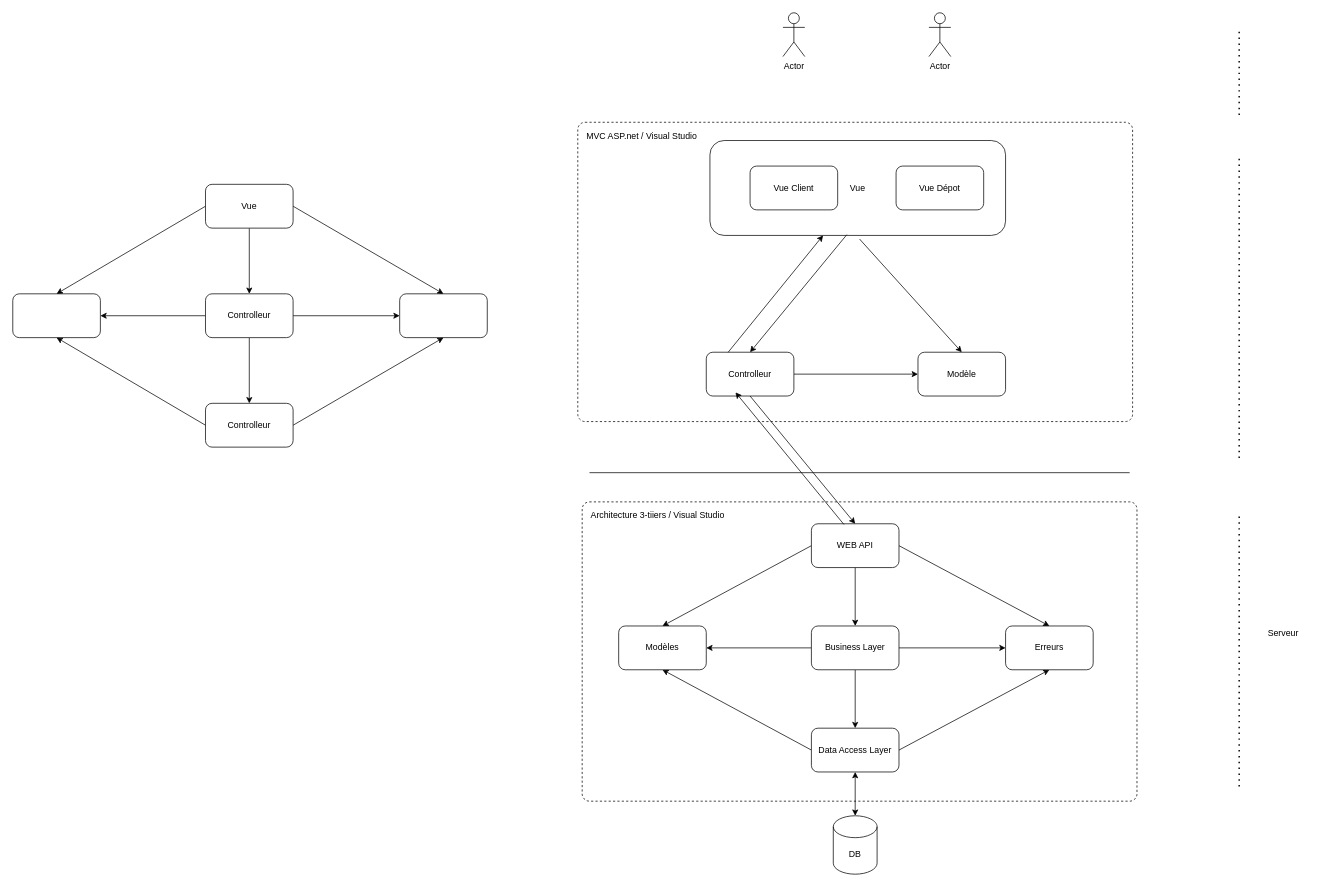
The draw.io diagram Projet_Architecture.drawio in Djounna/Projet_developpement_RentACar, before the edit. Source tidied: cells renumbered, new cells numbered last; positions are measured from the earlier drawing's top-left corner, leaving out a move shared by most shapes. Both pictures are drawn from the tidied source at 73%, with x=0, y=0 at pixel (12, 12).
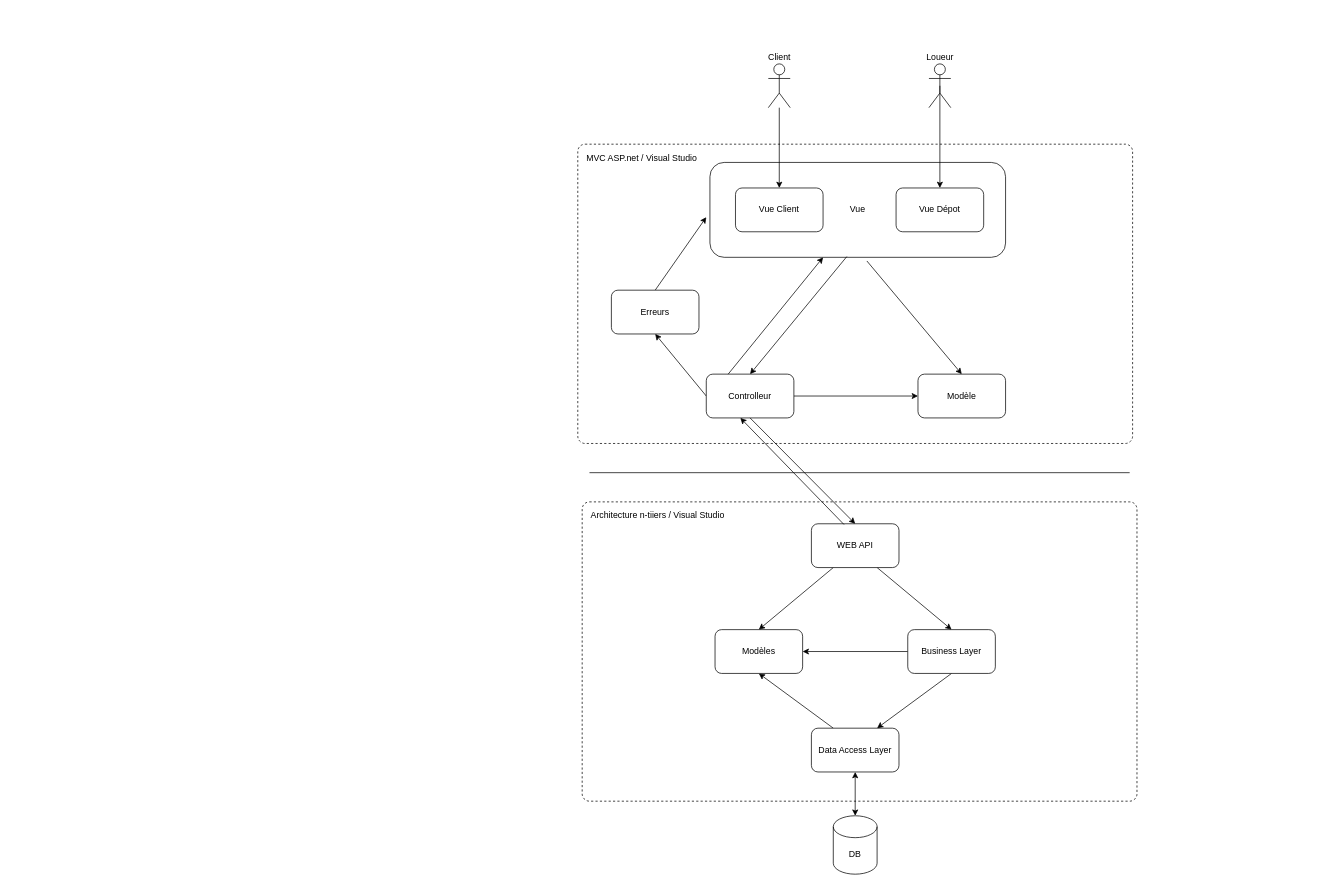
After the change.

The change refers to these unchanged cells:
```xml
<mxCell id="9" value="Data Access Layer" style="rounded=1;whiteSpace=wrap;html=1;" parent="1" vertex="1">
  <mxGeometry x="1094" y="980" width="120" height="60" as="geometry" />
</mxCell>
<mxCell id="19" value="WEB API" style="rounded=1;whiteSpace=wrap;html=1;" parent="1" vertex="1">
  <mxGeometry x="1094" y="700" width="120" height="60" as="geometry" />
</mxCell>
```

What changed in the source:
```diff
@@
     <mxCell id="2" value="Vue" style="rounded=1;whiteSpace=wrap;html=1;gradientColor=#ffffff;fillColor=none;" parent="1" vertex="1">
-      <mxGeometry x="955" y="175" width="405" height="130" as="geometry" />
+      <mxGeometry x="955" y="205" width="405" height="130" as="geometry" />
     </mxCell>
     <mxCell id="3" value="MVC ASP.net / Visual Studio" style="dashed=1;rounded=1;absoluteArcSize=1;arcSize=20;html=1;verticalAlign=top;align=left;spacingTop=5;spacingLeft=10;fillColor=none;" parent="1" vertex="1">
-      <mxGeometry x="774" y="150" width="760" height="410" as="geometry" />
+      <mxGeometry x="774" y="180" width="760" height="410" as="geometry" />
     </mxCell>
-    <mxCell id="4" value="Architecture 3-tiiers / Visual Studio" style="dashed=1;rounded=1;absoluteArcSize=1;arcSize=20;html=1;verticalAlign=top;align=left;spacingTop=5;spacingLeft=10;fillColor=none;" parent="1" vertex="1">
+    <mxCell id="4" value="Architecture n-tiiers / Visual Studio" style="dashed=1;rounded=1;absoluteArcSize=1;arcSize=20;html=1;verticalAlign=top;align=left;spacingTop=5;spacingLeft=10;fillColor=none;" parent="1" vertex="1">
       <mxGeometry x="780" y="670" width="760" height="410" as="geometry" />
     </mxCell>
@@
-    <mxCell id="7" style="edgeStyle=none;rounded=0;jettySize=auto;html=1;exitX=0;exitY=0.5;exitDx=0;exitDy=0;entryX=0.5;entryY=1;entryDx=0;entryDy=0;startArrow=none;startFill=0;endArrow=classic;endFill=1;" parent="1" edge="1" source="9" target="10">
+    <mxCell id="7" style="edgeStyle=none;rounded=0;jettySize=auto;html=1;exitX=0.25;exitY=0;exitDx=0;exitDy=0;entryX=0.5;entryY=1;entryDx=0;entryDy=0;startArrow=none;startFill=0;endArrow=classic;endFill=1;" parent="1" edge="1" source="9" target="10">
       <mxGeometry relative="1" as="geometry" />
     </mxCell>
-    <mxCell id="8" style="edgeStyle=none;rounded=0;jettySize=auto;html=1;exitX=1;exitY=0.5;exitDx=0;exitDy=0;entryX=0.5;entryY=1;entryDx=0;entryDy=0;startArrow=none;startFill=0;" parent="1" edge="1" source="9" target="11">
-      <mxGeometry relative="1" as="geometry" />
-    </mxCell>
@@
     <mxCell id="10" value="Modèles" style="rounded=1;whiteSpace=wrap;html=1;" parent="1" vertex="1">
-      <mxGeometry x="830" y="840" width="120" height="60" as="geometry" />
+      <mxGeometry x="962" y="845" width="120" height="60" as="geometry" />
     </mxCell>
-    <mxCell id="11" value="Erreurs" style="rounded=1;whiteSpace=wrap;html=1;" parent="1" vertex="1">
-      <mxGeometry x="1360" y="840" width="120" height="60" as="geometry" />
-    </mxCell>
-    <mxCell id="12" style="edgeStyle=orthogonalEdgeStyle;rounded=0;jettySize=auto;html=1;exitX=0.5;exitY=1;exitDx=0;exitDy=0;entryX=0.5;entryY=0;entryDx=0;entryDy=0;" parent="1" edge="1" source="15" target="9">
+    <mxCell id="12" style="rounded=0;jettySize=auto;html=1;exitX=0.5;exitY=1;exitDx=0;exitDy=0;entryX=0.75;entryY=0;entryDx=0;entryDy=0;" parent="1" edge="1" source="15" target="9">
       <mxGeometry relative="1" as="geometry" />
     </mxCell>
@@
-    <mxCell id="14" style="edgeStyle=orthogonalEdgeStyle;rounded=0;jettySize=auto;html=1;exitX=1;exitY=0.5;exitDx=0;exitDy=0;entryX=0;entryY=0.5;entryDx=0;entryDy=0;" parent="1" edge="1" source="15" target="11">
-      <mxGeometry relative="1" as="geometry" />
-    </mxCell>
     <mxCell id="15" value="Business Layer" style="rounded=1;whiteSpace=wrap;html=1;" parent="1" vertex="1">
-      <mxGeometry x="1094" y="840" width="120" height="60" as="geometry" />
+      <mxGeometry x="1226" y="845" width="120" height="60" as="geometry" />
     </mxCell>
-    <mxCell id="16" style="edgeStyle=orthogonalEdgeStyle;rounded=0;jettySize=auto;html=1;exitX=0.5;exitY=1;exitDx=0;exitDy=0;entryX=0.5;entryY=0;entryDx=0;entryDy=0;" parent="1" edge="1" source="19" target="15">
+    <mxCell id="16" style="rounded=0;jettySize=auto;html=1;exitX=0.75;exitY=1;exitDx=0;exitDy=0;entryX=0.5;entryY=0;entryDx=0;entryDy=0;" parent="1" edge="1" source="19" target="15">
       <mxGeometry relative="1" as="geometry" />
     </mxCell>
-    <mxCell id="17" style="rounded=0;jettySize=auto;html=1;exitX=0;exitY=0.5;exitDx=0;exitDy=0;entryX=0.5;entryY=0;entryDx=0;entryDy=0;" parent="1" edge="1" source="19" target="10">
+    <mxCell id="17" style="rounded=0;jettySize=auto;html=1;exitX=0.25;exitY=1;exitDx=0;exitDy=0;entryX=0.5;entryY=0;entryDx=0;entryDy=0;" parent="1" edge="1" source="19" target="10">
       <mxGeometry relative="1" as="geometry" />
     </mxCell>
-    <mxCell id="18" style="edgeStyle=none;rounded=0;jettySize=auto;html=1;exitX=1;exitY=0.5;exitDx=0;exitDy=0;entryX=0.5;entryY=0;entryDx=0;entryDy=0;startArrow=none;startFill=0;endArrow=classic;endFill=1;" parent="1" edge="1" source="19" target="11">
-      <mxGeometry relative="1" as="geometry" />
-    </mxCell>
@@
-    <mxCell id="20" style="edgeStyle=none;rounded=0;jettySize=auto;html=1;exitX=0.5;exitY=1;exitDx=0;exitDy=0;entryX=0.5;entryY=0;entryDx=0;entryDy=0;startArrow=none;startFill=0;endArrow=classic;endFill=1;" parent="1" edge="1" source="23" target="34">
-      <mxGeometry relative="1" as="geometry" />
-    </mxCell>
-    <mxCell id="21" style="edgeStyle=none;rounded=0;jettySize=auto;html=1;exitX=1;exitY=0.5;exitDx=0;exitDy=0;entryX=0;entryY=0.5;entryDx=0;entryDy=0;startArrow=none;startFill=0;endArrow=classic;endFill=1;" parent="1" edge="1" source="23" target="24">
-      <mxGeometry relative="1" as="geometry" />
-    </mxCell>
-    <mxCell id="22" style="edgeStyle=none;rounded=0;jettySize=auto;html=1;exitX=0;exitY=0.5;exitDx=0;exitDy=0;entryX=1;entryY=0.5;entryDx=0;entryDy=0;startArrow=none;startFill=0;endArrow=classic;endFill=1;" parent="1" edge="1" source="23" target="25">
-      <mxGeometry relative="1" as="geometry" />
-    </mxCell>
-    <mxCell id="23" value="Controlleur" style="rounded=1;whiteSpace=wrap;html=1;" parent="1" vertex="1">
-      <mxGeometry x="264" y="385" width="120" height="60" as="geometry" />
-    </mxCell>
-    <mxCell id="24" style="rounded=1;whiteSpace=wrap;html=1;" parent="1" vertex="1">
-      <mxGeometry x="530" y="385" width="120" height="60" as="geometry" />
-    </mxCell>
-    <mxCell id="25" style="rounded=1;whiteSpace=wrap;html=1;" parent="1" vertex="1">
-      <mxGeometry y="385" width="120" height="60" as="geometry" />
-    </mxCell>
-    <mxCell id="26" style="edgeStyle=none;rounded=0;jettySize=auto;html=1;exitX=0.5;exitY=1;exitDx=0;exitDy=0;entryX=0.5;entryY=0;entryDx=0;entryDy=0;startArrow=none;startFill=0;endArrow=classic;endFill=1;" parent="1" edge="1" source="29" target="23">
-      <mxGeometry relative="1" as="geometry" />
-    </mxCell>
-    <mxCell id="27" style="edgeStyle=none;rounded=0;jettySize=auto;html=1;exitX=0;exitY=0.5;exitDx=0;exitDy=0;entryX=0.5;entryY=0;entryDx=0;entryDy=0;startArrow=none;startFill=0;endArrow=classic;endFill=1;" parent="1" edge="1" source="29" target="25">
-      <mxGeometry relative="1" as="geometry" />
-    </mxCell>
-    <mxCell id="28" style="edgeStyle=none;rounded=0;jettySize=auto;html=1;exitX=1;exitY=0.5;exitDx=0;exitDy=0;entryX=0.5;entryY=0;entryDx=0;entryDy=0;startArrow=none;startFill=0;endArrow=classic;endFill=1;" parent="1" edge="1" source="29" target="24">
-      <mxGeometry relative="1" as="geometry" />
-    </mxCell>
-    <mxCell id="29" value="Vue" style="rounded=1;whiteSpace=wrap;html=1;" parent="1" vertex="1">
-      <mxGeometry x="264" y="235" width="120" height="60" as="geometry" />
-    </mxCell>
@@
-    <mxCell id="31" style="edgeStyle=none;rounded=0;jettySize=auto;html=1;exitX=0;exitY=0.5;exitDx=0;exitDy=0;entryX=0.5;entryY=1;entryDx=0;entryDy=0;startArrow=none;startFill=0;endArrow=classic;endFill=1;" parent="1" edge="1" source="34" target="25">
-      <mxGeometry relative="1" as="geometry" />
-    </mxCell>
-    <mxCell id="32" style="edgeStyle=none;rounded=0;jettySize=auto;html=1;exitX=1;exitY=0.5;exitDx=0;exitDy=0;entryX=0.5;entryY=1;entryDx=0;entryDy=0;startArrow=none;startFill=0;endArrow=classic;endFill=1;" parent="1" edge="1" source="34" target="24">
-      <mxGeometry relative="1" as="geometry" />
-    </mxCell>
@@
-    <mxCell id="34" value="Controlleur" style="rounded=1;whiteSpace=wrap;html=1;" parent="1" vertex="1">
-      <mxGeometry x="264" y="535" width="120" height="60" as="geometry" />
-    </mxCell>
-    <mxCell id="35" style="endArrow=none;dashed=1;html=1;dashPattern=1 3;strokeWidth=2;" parent="1" edge="1">
-      <mxGeometry relative="1" as="geometry">
-        <mxPoint x="1680" y="1060" as="sourcePoint" />
-        <mxPoint x="1680" y="690" as="targetPoint" />
-      </mxGeometry>
-    </mxCell>
-    <mxCell id="36" value="Serveur" style="text;html=1;align=center;verticalAlign=middle;" parent="1" vertex="1">
-      <mxGeometry x="1710" y="840" width="60" height="20" as="geometry" />
-    </mxCell>
     <mxCell id="37" value="Vue Client" style="rounded=1;whiteSpace=wrap;html=1;fillColor=none;" parent="1" vertex="1">
-      <mxGeometry x="1010" y="210" width="120" height="60" as="geometry" />
+      <mxGeometry x="990" y="240" width="120" height="60" as="geometry" />
     </mxCell>
     <mxCell id="38" value="Vue Dépot" style="rounded=1;whiteSpace=wrap;html=1;fillColor=none;" parent="1" vertex="1">
-      <mxGeometry x="1210" y="210" width="120" height="60" as="geometry" />
+      <mxGeometry x="1210" y="240" width="120" height="60" as="geometry" />
     </mxCell>
+    <mxCell id="50" style="edgeStyle=none;rounded=0;jettySize=auto;html=1;entryX=0.5;entryY=0;entryDx=0;entryDy=0;" parent="1" edge="1" source="39" target="37">
+      <mxGeometry relative="1" as="geometry" />
+    </mxCell>
-    <mxCell id="39" value="Actor" style="shape=umlActor;verticalLabelPosition=bottom;verticalAlign=top;html=1;fillColor=none;" parent="1" vertex="1">
-      <mxGeometry x="1055" width="30" height="60" as="geometry" />
+    <mxCell id="39" value="Client" style="shape=umlActor;verticalLabelPosition=top;verticalAlign=bottom;html=1;fillColor=none;labelPosition=center;align=center;" parent="1" vertex="1">
+      <mxGeometry x="1035" y="70" width="30" height="60" as="geometry" />
     </mxCell>
+    <mxCell id="51" style="edgeStyle=none;rounded=0;jettySize=auto;html=1;exitX=0.5;exitY=0.5;exitDx=0;exitDy=0;exitPerimeter=0;entryX=0.5;entryY=0;entryDx=0;entryDy=0;" parent="1" edge="1" source="40" target="38">
+      <mxGeometry relative="1" as="geometry" />
+    </mxCell>
-    <mxCell id="40" value="Actor" style="shape=umlActor;verticalLabelPosition=bottom;verticalAlign=top;html=1;fillColor=none;" parent="1" vertex="1">
-      <mxGeometry x="1255" width="30" height="60" as="geometry" />
+    <mxCell id="40" value="Loueur" style="shape=umlActor;verticalLabelPosition=top;verticalAlign=bottom;html=1;fillColor=none;labelPosition=center;align=center;" parent="1" vertex="1">
+      <mxGeometry x="1255" y="70" width="30" height="60" as="geometry" />
     </mxCell>
-    <mxCell id="41" style="endArrow=none;dashed=1;html=1;dashPattern=1 3;strokeWidth=2;" parent="1" edge="1">
-      <mxGeometry relative="1" as="geometry">
-        <mxPoint x="1680" y="610" as="sourcePoint" />
-        <mxPoint x="1680" y="200" as="targetPoint" />
-      </mxGeometry>
-    </mxCell>
-    <mxCell id="42" style="endArrow=none;dashed=1;html=1;dashPattern=1 3;strokeWidth=2;" parent="1" edge="1">
-      <mxGeometry relative="1" as="geometry">
-        <mxPoint x="1680" y="140" as="sourcePoint" />
-        <mxPoint x="1680" y="20" as="targetPoint" />
-      </mxGeometry>
-    </mxCell>
     <mxCell id="43" value="Modèle" style="rounded=1;whiteSpace=wrap;html=1;" parent="1" vertex="1">
-      <mxGeometry x="1240" y="465" width="120" height="60" as="geometry" />
+      <mxGeometry x="1240" y="495" width="120" height="60" as="geometry" />
     </mxCell>
+    <mxCell id="52" style="edgeStyle=none;rounded=0;jettySize=auto;html=1;exitX=0;exitY=0.5;exitDx=0;exitDy=0;entryX=0.5;entryY=1;entryDx=0;entryDy=0;" parent="1" edge="1" source="44" target="11">
+      <mxGeometry relative="1" as="geometry" />
+    </mxCell>
     <mxCell id="44" value="Controlleur" style="rounded=1;whiteSpace=wrap;html=1;" parent="1" vertex="1">
-      <mxGeometry x="950" y="465" width="120" height="60" as="geometry" />
+      <mxGeometry x="950" y="495" width="120" height="60" as="geometry" />
     </mxCell>
@@
     <mxCell id="46" style="endArrow=classic;html=1;entryX=0.5;entryY=0;entryDx=0;entryDy=0;" parent="1" edge="1" target="43">
       <mxGeometry relative="1" as="geometry">
-        <mxPoint x="1160" y="310" as="sourcePoint" />
+        <mxPoint x="1170" y="340" as="sourcePoint" />
       </mxGeometry>
     </mxCell>
@@
     <mxCell id="48" style="endArrow=classic;html=1;exitX=0.25;exitY=0;exitDx=0;exitDy=0;" parent="1" edge="1" source="44">
       <mxGeometry relative="1" as="geometry">
-        <mxPoint x="1110" y="305" as="targetPoint" />
+        <mxPoint x="1110" y="335" as="targetPoint" />
       </mxGeometry>
     </mxCell>
-    <mxCell id="49" style="endArrow=none;html=1;entryX=0.372;entryY=0.017;entryDx=0;entryDy=0;startArrow=classic;startFill=1;endFill=0;entryPerimeter=0;" parent="1" edge="1" target="19">
-      <mxGeometry relative="1" as="geometry">
-        <mxPoint x="990" y="520" as="sourcePoint" />
-      </mxGeometry>
+    <mxCell id="49" style="endArrow=none;html=1;entryX=0.372;entryY=0.017;entryDx=0;entryDy=0;startArrow=classic;startFill=1;endFill=0;entryPerimeter=0;exitX=0.389;exitY=1;exitDx=0;exitDy=0;exitPerimeter=0;" parent="1" edge="1" source="44" target="19">
+      <mxGeometry relative="1" as="geometry" />
     </mxCell>
+    <mxCell id="53" style="edgeStyle=none;rounded=0;jettySize=auto;html=1;exitX=0.5;exitY=0;exitDx=0;exitDy=0;" parent="1" edge="1" source="11">
+      <mxGeometry relative="1" as="geometry">
+        <mxPoint x="950" y="280" as="targetPoint" />
+      </mxGeometry>
+    </mxCell>
+    <mxCell id="11" value="Erreurs" style="rounded=1;whiteSpace=wrap;html=1;" parent="1" vertex="1">
+      <mxGeometry x="820" y="380" width="120" height="60" as="geometry" />
+    </mxCell>
```
